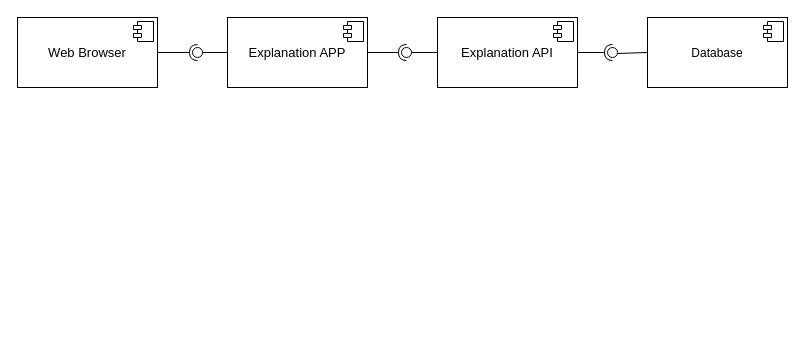
Above: diagrams/component_diagram_Implement.drawio in whzd/thesis (draw.io), before the change. Source tidied: cells renumbered, new cells numbered last; positions are measured from the earlier drawing's top-left corner, leaving out a move shared by most shapes. Both pictures are drawn from the tidied source at 100%, with x=0, y=0 at pixel (17, 17).
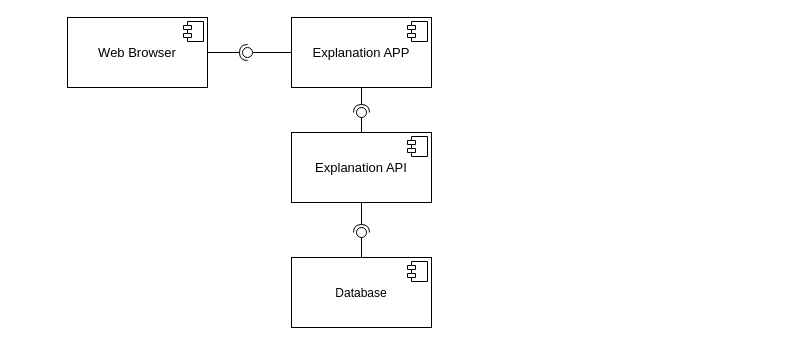
The same diagram, later.

The edit, as a diff of the source:
```diff
@@
     <mxCell id="2" value="&lt;p style=&quot;margin: 0px ; margin-top: 6px ; text-align: center&quot;&gt;&lt;font style=&quot;font-size: 13px&quot;&gt;&lt;br&gt;&lt;/font&gt;&lt;/p&gt;&lt;p style=&quot;margin: 0px ; margin-top: 6px ; text-align: center&quot;&gt;&lt;font style=&quot;font-size: 13px&quot;&gt;Explanation APP&lt;/font&gt;&lt;/p&gt;" style="align=left;overflow=fill;html=1;" parent="1" vertex="1">
-      <mxGeometry x="210" width="140" height="70" as="geometry" />
+      <mxGeometry x="274" width="140" height="70" as="geometry" />
     </mxCell>
@@
     <mxCell id="4" value="&lt;p style=&quot;margin: 0px ; margin-top: 6px ; text-align: center&quot;&gt;&lt;font style=&quot;font-size: 13px&quot;&gt;&lt;br&gt;&lt;/font&gt;&lt;/p&gt;&lt;p style=&quot;margin: 0px ; margin-top: 6px ; text-align: center&quot;&gt;&lt;font style=&quot;font-size: 13px&quot;&gt;Explanation API&lt;/font&gt;&lt;/p&gt;" style="align=left;overflow=fill;html=1;" parent="1" vertex="1">
-      <mxGeometry x="420" width="140" height="70" as="geometry" />
+      <mxGeometry x="274" y="115" width="140" height="70" as="geometry" />
     </mxCell>
@@
     <mxCell id="6" value="&lt;p style=&quot;margin: 0px ; margin-top: 6px ; text-align: center&quot;&gt;&lt;font style=&quot;font-size: 13px&quot;&gt;&lt;br&gt;&lt;/font&gt;&lt;/p&gt;&lt;p style=&quot;margin: 0px ; margin-top: 6px ; text-align: center&quot;&gt;&lt;font style=&quot;font-size: 13px&quot;&gt;Web Browser&lt;br&gt;&lt;/font&gt;&lt;/p&gt;" style="align=left;overflow=fill;html=1;" parent="1" vertex="1">
-      <mxGeometry width="140" height="70" as="geometry" />
+      <mxGeometry x="50" width="140" height="70" as="geometry" />
     </mxCell>
@@
-    <mxCell id="9" style="rounded=0;jettySize=auto;html=1;endArrow=halfCircle;endFill=0;entryX=0.5;entryY=0.5;entryDx=0;entryDy=0;endSize=6;strokeWidth=1;fontSize=14;exitX=1;exitY=0.5;exitDx=0;exitDy=0;" parent="1" edge="1" source="2" target="10">
+    <mxCell id="9" style="rounded=0;jettySize=auto;html=1;endArrow=halfCircle;endFill=0;entryX=0.5;entryY=0.5;entryDx=0;entryDy=0;endSize=6;strokeWidth=1;fontSize=14;" parent="1" edge="1" source="2" target="10">
       <mxGeometry relative="1" as="geometry" />
     </mxCell>
     <mxCell id="10" style="ellipse;whiteSpace=wrap;html=1;fontFamily=Helvetica;fontSize=12;fontColor=#000000;align=center;strokeColor=#000000;fillColor=#ffffff;points=[];" parent="1" vertex="1">
-      <mxGeometry x="384" y="30" width="10" height="10" as="geometry" />
+      <mxGeometry x="339" y="90" width="10" height="10" as="geometry" />
     </mxCell>
@@
     <mxCell id="13" style="ellipse;whiteSpace=wrap;html=1;fontFamily=Helvetica;fontSize=12;fontColor=#000000;align=center;strokeColor=#000000;fillColor=#ffffff;points=[];" parent="1" vertex="1">
-      <mxGeometry x="175" y="30" width="10" height="10" as="geometry" />
+      <mxGeometry x="225" y="30" width="10" height="10" as="geometry" />
     </mxCell>
     <mxCell id="14" value="&lt;div&gt;&lt;br&gt;&lt;/div&gt;&lt;div&gt;&lt;br&gt;&lt;/div&gt;&lt;div&gt;Database&lt;/div&gt;" style="align=center;overflow=fill;html=1;" parent="1" vertex="1">
-      <mxGeometry x="630" width="140" height="70" as="geometry" />
+      <mxGeometry x="274" y="240" width="140" height="70" as="geometry" />
     </mxCell>
@@
-    <mxCell id="16" style="rounded=0;jettySize=auto;html=1;endArrow=none;endFill=0;exitX=0;exitY=0.5;exitDx=0;exitDy=0;" parent="1" edge="1" source="14" target="18">
+    <mxCell id="16" style="rounded=0;jettySize=auto;html=1;endArrow=none;endFill=0;exitX=0.5;exitY=0;exitDx=0;exitDy=0;" parent="1" edge="1" source="14" target="18">
       <mxGeometry relative="1" as="geometry" />
     </mxCell>
-    <mxCell id="17" style="rounded=0;jettySize=auto;html=1;endArrow=halfCircle;endFill=0;entryX=0.5;entryY=0.5;entryDx=0;entryDy=0;endSize=6;strokeWidth=1;exitX=1;exitY=0.5;exitDx=0;exitDy=0;" parent="1" edge="1" source="4" target="18">
+    <mxCell id="17" style="rounded=0;jettySize=auto;html=1;endArrow=halfCircle;endFill=0;entryX=0.5;entryY=0.5;entryDx=0;entryDy=0;endSize=6;strokeWidth=1;exitX=0.5;exitY=1;exitDx=0;exitDy=0;" parent="1" edge="1" source="4" target="18">
       <mxGeometry relative="1" as="geometry" />
     </mxCell>
     <mxCell id="18" style="ellipse;whiteSpace=wrap;html=1;fontFamily=Helvetica;fontSize=12;fontColor=#000000;align=center;strokeColor=#000000;fillColor=#ffffff;points=[];" parent="1" vertex="1">
-      <mxGeometry x="590" y="30" width="10" height="10" as="geometry" />
+      <mxGeometry x="339" y="210" width="10" height="10" as="geometry" />
     </mxCell>
```
